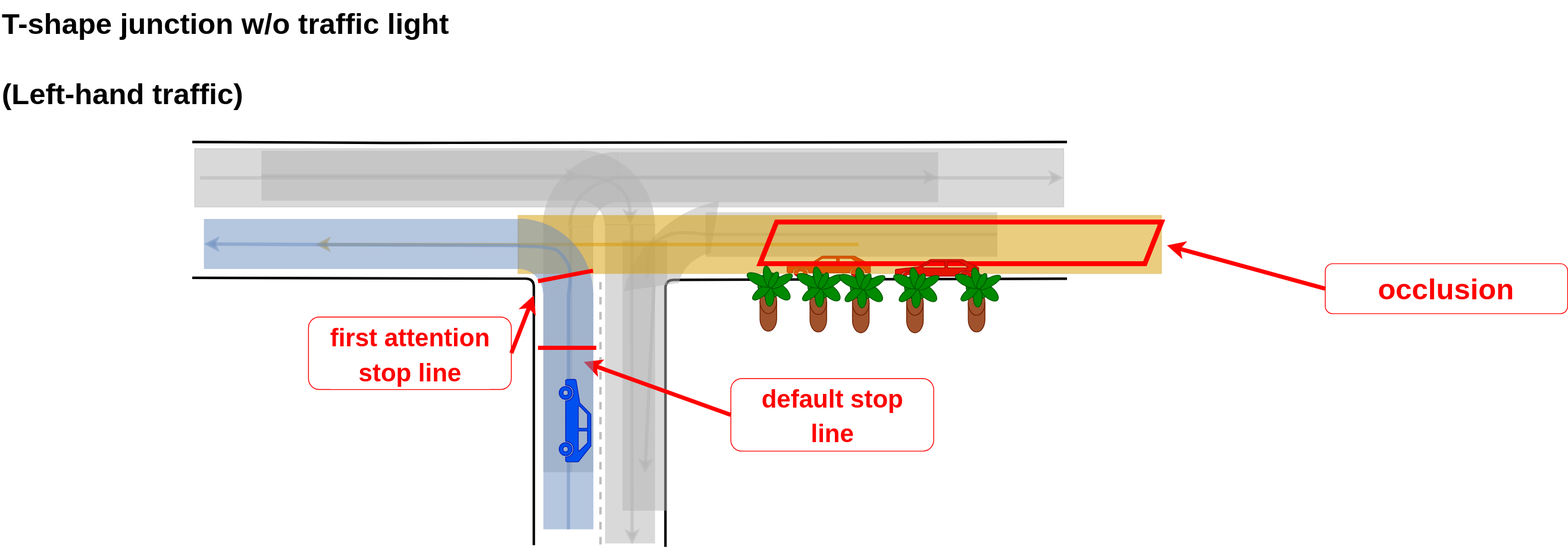
Above: pr-5192/planning/behavior_velocity_intersection_module/docs/occlusion-without-tl.drawio.svg in zusizusi/autoware.universe (draw.io), before the change. Source tidied: cells renumbered, new cells last; positions are measured from the earlier drawing's top-left corner, leaving out a move shared by most shapes.
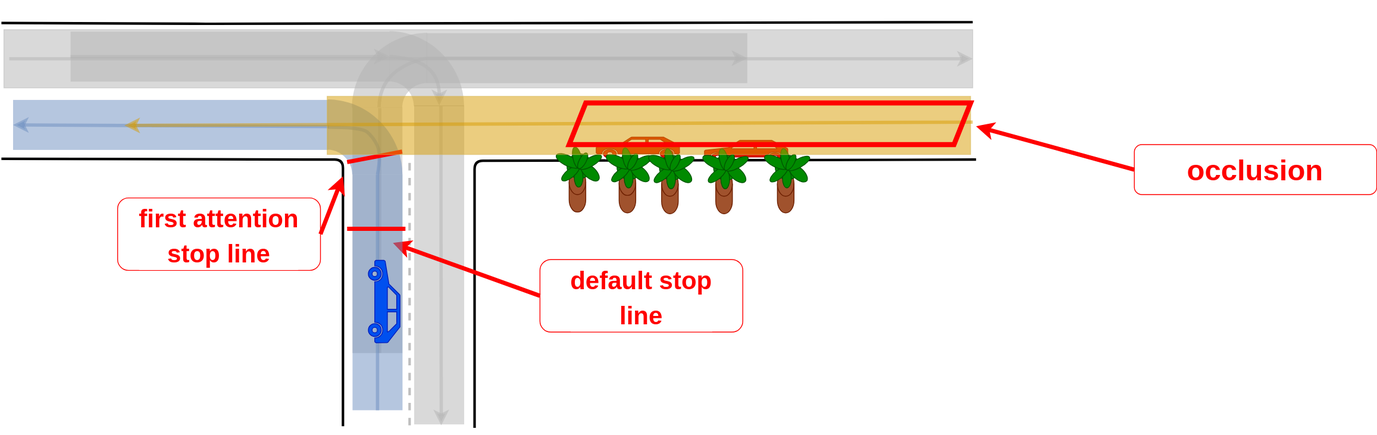
After the change.

Diff of the diagram source:
```diff
@@ -5,7 +5,7 @@
     <mxCell id="2" style="endArrow=none;html=1;strokeWidth=3;" parent="1" edge="1">
       <mxGeometry relative="1" as="geometry">
         <mxPoint x="230" y="170" as="sourcePoint" />
-        <mxPoint x="1280" y="170" as="targetPoint" />
+        <mxPoint x="1396" y="169" as="targetPoint" />
         <Array as="points">
           <mxPoint x="472" y="171" />
         </Array>
@@ -22,7 +22,7 @@
     </mxCell>
     <mxCell id="4" style="endArrow=none;html=1;strokeWidth=3;" parent="1" edge="1">
       <mxGeometry relative="1" as="geometry">
-        <mxPoint x="1280" y="334" as="sourcePoint" />
+        <mxPoint x="1400" y="334" as="sourcePoint" />
         <mxPoint x="798" y="656" as="targetPoint" />
         <Array as="points">
           <mxPoint x="798" y="335.5" />
@@ -63,10 +63,10 @@
       <mxGeometry relative="1" as="geometry" />
     </mxCell>
     <mxCell id="13" style="group;" parent="1" vertex="1">
-      <mxGeometry x="233" y="178" width="1043" height="69.9" as="geometry" />
+      <mxGeometry x="233" y="178" width="1163" height="69.9" as="geometry" />
     </mxCell>
     <mxCell id="14" style="rounded=0;whiteSpace=wrap;html=1;fillColor=#B3B3B3;rotation=-180;fontColor=#333333;strokeColor=#B3B3B3;opacity=50;" parent="13" vertex="1">
-      <mxGeometry width="1043" height="69.9" as="geometry" />
+      <mxGeometry width="1163" height="69.9" as="geometry" />
     </mxCell>
     <mxCell id="15" style="endArrow=classic;html=1;rounded=0;strokeWidth=4;strokeColor=#B3B3B3;opacity=50;entryX=0;entryY=0.5;entryDx=0;entryDy=0;" parent="13" edge="1" target="14">
       <mxGeometry relative="1" as="geometry">
@@ -103,54 +103,12 @@
     <mxCell id="23" style="group;" parent="1" vertex="1">
       <mxGeometry x="690" y="221" width="620" height="413" as="geometry" />
     </mxCell>
-    <mxCell id="24" style="verticalLabelPosition=bottom;verticalAlign=top;html=1;shape=mxgraph.basic.partConcEllipse;startAngle=0.8627813740139013;endAngle=0.1103675079776549;arcWidth=0.67;fillColor=#B3B3B3;rotation=-40;strokeColor=none;opacity=50;" parent="23" vertex="1">
-      <mxGeometry x="45" y="33.2" width="223.9" height="159.7" as="geometry" />
-    </mxCell>
-    <mxCell id="25" style="rounded=0;whiteSpace=wrap;html=1;fillColor=#B3B3B3;rotation=0;strokeColor=none;opacity=50;" parent="23" vertex="1">
-      <mxGeometry x="156.3" y="33.2" width="350" height="53.5" as="geometry" />
-    </mxCell>
-    <mxCell id="26" style="rounded=0;whiteSpace=wrap;html=1;fillColor=#B3B3B3;rotation=-90;strokeColor=none;opacity=50;gradientColor=none;" parent="23" vertex="1">
-      <mxGeometry x="-78.7" y="202.7" width="324.1" height="53.5" as="geometry" />
-    </mxCell>
-    <mxCell id="27" style="endArrow=none;html=1;rounded=0;strokeColor=#B3B3B3;strokeWidth=4;opacity=50;exitX=1;exitY=0.5;exitDx=0;exitDy=0;entryX=0;entryY=0.5;entryDx=0;entryDy=0;endFill=0;" parent="23" edge="1" source="25" target="25">
-      <mxGeometry relative="1" as="geometry" />
-    </mxCell>
-    <mxCell id="28" style="endArrow=classic;html=1;rounded=0;strokeColor=#B3B3B3;strokeWidth=4;opacity=50;exitX=0.262;exitY=0.287;exitDx=0;exitDy=0;exitPerimeter=0;" parent="23" edge="1" source="24">
-      <mxGeometry relative="1" as="geometry">
-        <mxPoint x="83.3" y="347.2" as="targetPoint" />
-      </mxGeometry>
-    </mxCell>
-    <mxCell id="29" style="curved=1;endArrow=none;html=1;rounded=0;strokeColor=#B3B3B3;strokeWidth=4;opacity=50;exitX=0;exitY=0.5;exitDx=0;exitDy=0;endFill=0;" parent="23" edge="1" source="25">
-      <mxGeometry relative="1" as="geometry">
-        <mxPoint x="85.8" y="112.6" as="targetPoint" />
-        <Array as="points">
-          <mxPoint x="125.4" y="55.5" />
-          <mxPoint x="100.6" y="64.4" />
-          <mxPoint x="85.8" y="76.9" />
-        </Array>
-      </mxGeometry>
-    </mxCell>
     <mxCell id="30" style="shape=mxgraph.signs.transportation.car_3;html=1;fillColor=#e51400;strokeColor=#B20000;verticalLabelPosition=bottom;verticalAlign=top;align=center;fontColor=#ffffff;" parent="23" vertex="1">
       <mxGeometry x="254" y="86" width="100" height="25" as="geometry" />
     </mxCell>
     <mxCell id="31" value="&lt;b style=&quot;font-size: 30px;&quot;&gt;&lt;font style=&quot;font-size: 30px;&quot;&gt;&lt;font color=&quot;#ff0000&quot;&gt;default stop&lt;br&gt;line&lt;/font&gt;&lt;br&gt;&lt;/font&gt;&lt;/b&gt;" style="rounded=1;whiteSpace=wrap;html=1;labelBackgroundColor=#FFFFFF;strokeColor=#FF0000;fontSize=35;fontColor=#D79B00;fillColor=none;" parent="23" vertex="1">
       <mxGeometry x="186.5" y="233" width="243.5" height="87" as="geometry" />
     </mxCell>
-    <mxCell id="32" style="group;rotation=-180;fillColor=#D79B00;strokeColor=#d6b656;opacity=50;" parent="1" vertex="1">
-      <mxGeometry x="621" y="258" width="772.5" height="69.9" as="geometry" />
-    </mxCell>
-    <mxCell id="33" style="endArrow=classic;html=1;rounded=0;strokeWidth=4;strokeColor=#D79B00;opacity=50;entryX=0;entryY=0.5;entryDx=0;entryDy=0;" parent="32" edge="1">
-      <mxGeometry relative="1" as="geometry">
-        <mxPoint x="408.8" y="35" as="sourcePoint" />
-        <mxPoint x="-243.4" y="35" as="targetPoint" />
-      </mxGeometry>
-    </mxCell>
-    <mxCell id="34" style="shape=parallelogram;perimeter=parallelogramPerimeter;whiteSpace=wrap;html=1;fixedSize=1;strokeColor=#FF0000;strokeWidth=6;fillColor=none;" parent="32" vertex="1">
-      <mxGeometry x="290.5" y="8" width="482" height="50" as="geometry" />
-    </mxCell>
-    <mxCell id="35" value="&lt;b style=&quot;font-size: 35px;&quot;&gt;T-shape junction w/o traffic light&lt;br&gt;&lt;br&gt;(Left-hand traffic)&lt;/b&gt;" style="text;html=1;align=left;verticalAlign=middle;strokeColor=none;fillColor=none;fontSize=30;" parent="1" vertex="1">
-      <mxGeometry width="560" height="140" as="geometry" />
-    </mxCell>
     <mxCell id="36" style="endArrow=classic;html=1;rounded=0;strokeColor=#FF0000;fontSize=35;fontColor=#3333FF;exitX=0;exitY=0.5;exitDx=0;exitDy=0;strokeWidth=5;" parent="1" edge="1" source="31">
       <mxGeometry relative="1" as="geometry">
         <mxPoint x="700" y="434" as="targetPoint" />
@@ -247,5 +205,17 @@
         <mxPoint x="645" y="337" as="sourcePoint" />
       </mxGeometry>
     </mxCell>
+    <mxCell id="32" style="group;rotation=-180;fillColor=#D79B00;strokeColor=#d6b656;opacity=50;" parent="1" vertex="1">
+      <mxGeometry x="621" y="258" width="772.5" height="69.9" as="geometry" />
+    </mxCell>
+    <mxCell id="33" style="endArrow=classic;html=1;rounded=0;strokeWidth=4;strokeColor=#D79B00;opacity=50;entryX=0;entryY=0.5;entryDx=0;entryDy=0;" parent="32" edge="1">
+      <mxGeometry relative="1" as="geometry">
+        <mxPoint x="775" y="31" as="sourcePoint" />
+        <mxPoint x="-243.4" y="35" as="targetPoint" />
+      </mxGeometry>
+    </mxCell>
+    <mxCell id="34" style="shape=parallelogram;perimeter=parallelogramPerimeter;whiteSpace=wrap;html=1;fixedSize=1;strokeColor=#FF0000;strokeWidth=6;fillColor=none;" parent="32" vertex="1">
+      <mxGeometry x="290.5" y="8" width="482" height="50" as="geometry" />
+    </mxCell>
   </root>
 </mxGraphModel>
```
